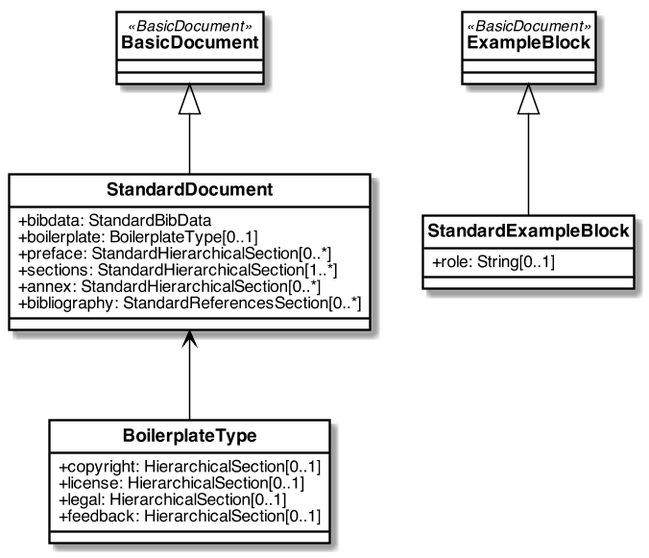
metanorma/standoc-models keeps this PlantUML diagram as standoc/images/StandardDoc_StandardDocument.png. Above is the earlier version.
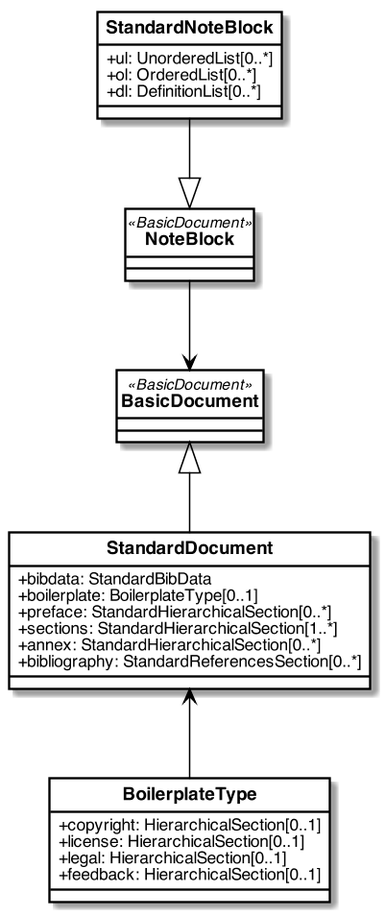
Later version of the same file.

Commit message:
notes modelling

Change to the diagram source:
```diff
@@ -45,6 +45,15 @@
 
 }
 
+class NoteBlock <<BasicDocument>> {
+}
+
+class StandardNoteBlock {
+    +ul: UnorderedList[0..*]
+    +ol: OrderedList[0..*]
+    +dl: DefinitionList[0..*]
+}
+
 class StandardDocument {
     +bibdata: StandardBibData
     +boilerplate: BoilerplateType[0..1]
@@ -61,17 +70,10 @@
     + feedback: HierarchicalSection[0..1]
 }
 
-class ExampleBlock <<BasicDocument>> {
-}
-
-class StandardExampleBlock {
-    + role: String[0..1]
-}
-
 
 BasicDocument <|-- StandardDocument
 StandardDocument <-- BoilerplateType
-
-ExampleBlock <|-- StandardExampleBlock
+NoteBlock --> BasicDocument
+StandardNoteBlock --|> NoteBlock
 
 @enduml
```
